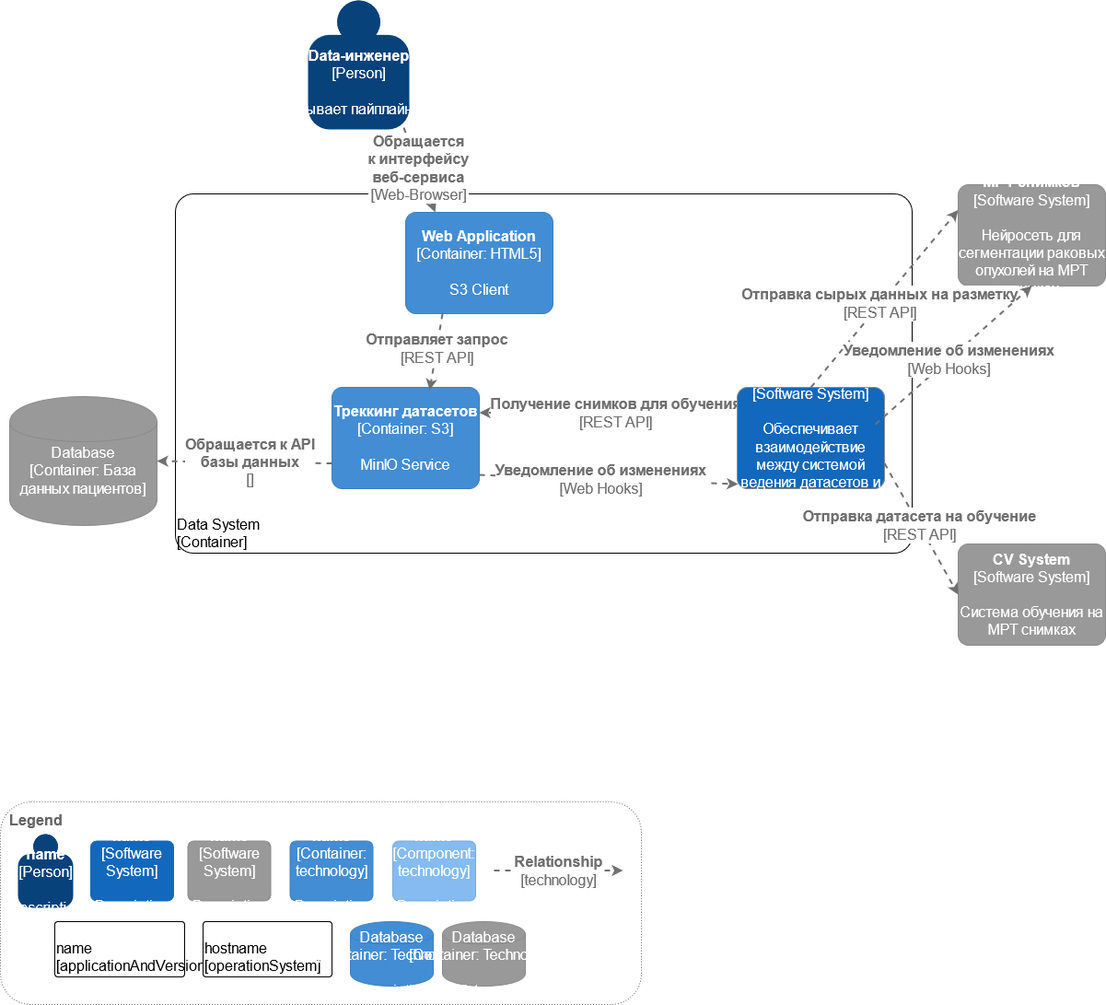
The draw.io diagram images/ai-screen-it-C4_Container_-_For_Presentation.drawio.png in frozenlightstudios/aiscreenit-docs, before a commit. Source tidied: cells renumbered, new cells last; positions are measured from the earlier drawing's top-left corner, leaving out a move shared by most shapes.
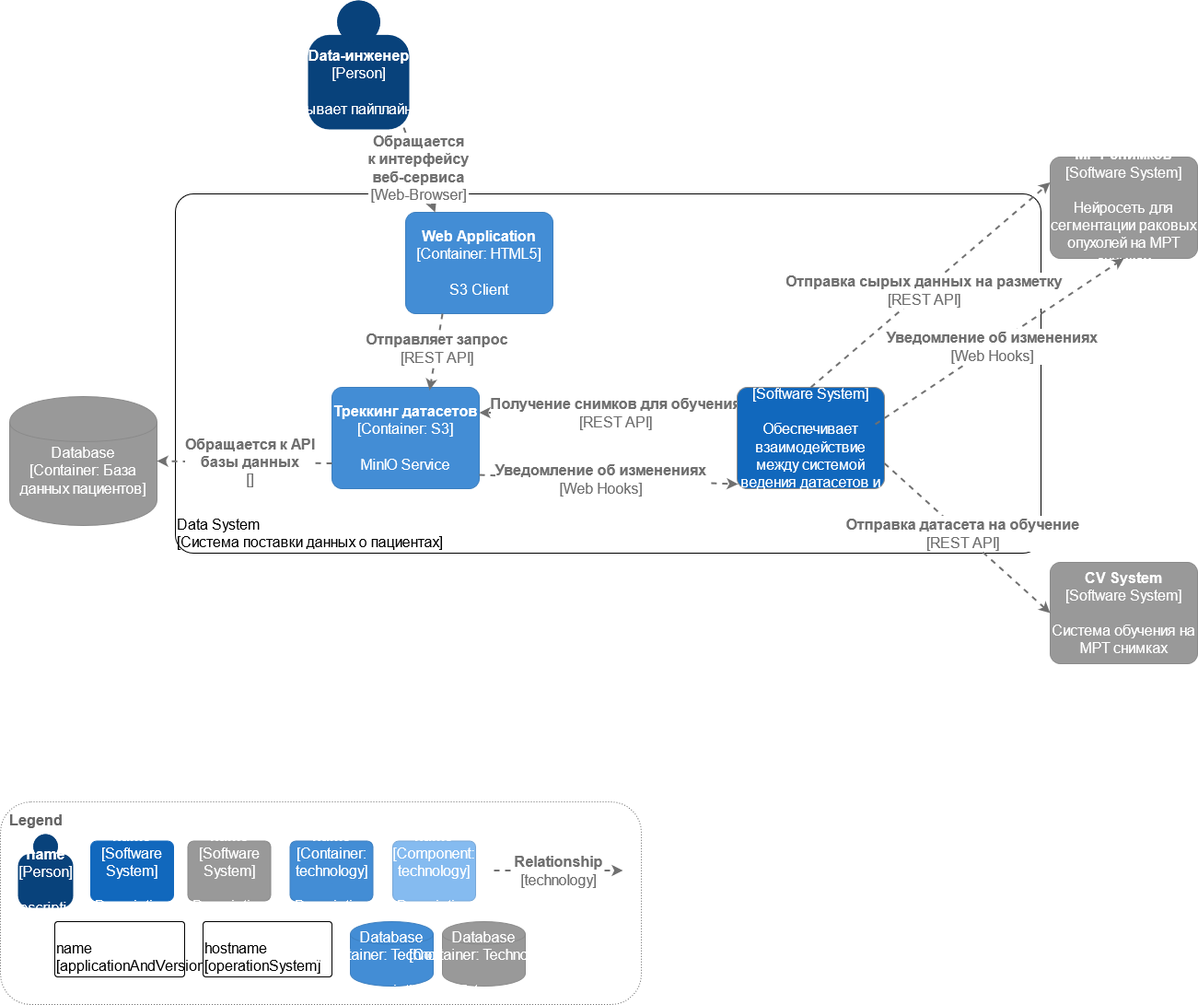
Later version of the same file.

What changed in the source:
```diff
@@ -2,9 +2,9 @@
   <root>
     <mxCell id="0" />
     <mxCell id="1" parent="0" />
-    <object id="2" label="&lt;div style=&quot;text-align: left&quot;&gt;%c4Name%&lt;/div&gt;&lt;div style=&quot;text-align: left&quot;&gt;[%c4Application%]&lt;/div&gt;" c4Application="Container" c4Name="Data System" c4Type="ExecutionEnvironment" placeholders="1">
+    <object id="2" label="&lt;div style=&quot;text-align: left&quot;&gt;%c4Name%&lt;/div&gt;&lt;div style=&quot;text-align: left&quot;&gt;[%c4Application%]&lt;/div&gt;" c4Application="Система поставки данных о пациентах" c4Name="Data System" c4Type="ExecutionEnvironment" placeholders="1">
       <mxCell style="rounded=1;whiteSpace=wrap;html=1;labelBackgroundColor=none;fillColor=#ffffff;fontColor=#000000;align=left;arcSize=5;strokeColor=#000000;verticalAlign=bottom;metaData={&quot;c4Type&quot;:{&quot;editable&quot;:false}};" parent="1" vertex="1">
-        <mxGeometry x="190" y="210" width="800" height="390" as="geometry" />
+        <mxGeometry x="190" y="210" width="940" height="390" as="geometry" />
       </mxCell>
     </object>
     <object id="3" label="&lt;div style=&quot;text-align: left&quot;&gt;&lt;div style=&quot;text-align: center&quot;&gt;&lt;b&gt;%c4Description%&lt;/b&gt;&lt;/div&gt;&lt;div style=&quot;text-align: center&quot;&gt;[%c4Technology%]&lt;/div&gt;&lt;/div&gt;" c4Description="Получение снимков для обучения" c4Technology="REST API" c4Type="Relationship" placeholders="1">
@@ -111,7 +111,7 @@
     </object>
     <object id="24" label="&lt;b&gt;%c4Name%&lt;/b&gt;&lt;div&gt;[%c4Type%]&lt;/div&gt;&lt;br&gt;&lt;div&gt;%c4Description%&lt;/div&gt;" c4Description="Нейросеть для &#10;сегментации раковых&#10;опухолей на МРТ снимках&#10;головного мозга" c4Name="Система анализа &#10;МРТ снимков" c4Type="Software System" placeholders="1">
       <mxCell style="rounded=1;whiteSpace=wrap;html=1;labelBackgroundColor=none;fillColor=#999999;fontColor=#ffffff;align=center;arcSize=10;strokeColor=#8A8A8A;metaData={&quot;c4Type&quot;:{&quot;editable&quot;:false}};points=[[0.25,0,0],[0.5,0,0],[0.75,0,0],[1,0.25,0],[1,0.5,0],[1,0.75,0],[0.75,1,0],[0.5,1,0],[0.25,1,0],[0,0.75,0],[0,0.5,0],[0,0.25,0]];" parent="1" vertex="1">
-        <mxGeometry x="1040" y="200" width="160" height="110" as="geometry" />
+        <mxGeometry x="1140" y="170" width="160" height="110" as="geometry" />
       </mxCell>
     </object>
     <object id="25" label="&lt;b&gt;%c4Name%&lt;/b&gt;&lt;div&gt;[%c4Type%]&lt;/div&gt;&lt;br&gt;&lt;div&gt;%c4Description%&lt;/div&gt;" c4Description="Обеспечивает взаимодействие между системой ведения датасетов и системой хранения МРТ снимков" c4Name="Интеграционный пайплайн" c4Type="Software System" placeholders="1">
@@ -131,7 +131,7 @@
     </object>
     <object id="28" label="&lt;b&gt;%c4Name%&lt;/b&gt;&lt;div&gt;[%c4Type%]&lt;/div&gt;&lt;br&gt;&lt;div&gt;%c4Description%&lt;/div&gt;" c4Description="Система обучения на МРТ снимках" c4Name="CV System" c4Type="Software System" placeholders="1">
       <mxCell style="rounded=1;whiteSpace=wrap;html=1;labelBackgroundColor=none;fillColor=#999999;fontColor=#ffffff;align=center;arcSize=10;strokeColor=#8A8A8A;metaData={&quot;c4Type&quot;:{&quot;editable&quot;:false}};points=[[0.25,0,0],[0.5,0,0],[0.75,0,0],[1,0.25,0],[1,0.5,0],[1,0.75,0],[0.75,1,0],[0.5,1,0],[0.25,1,0],[0,0.75,0],[0,0.5,0],[0,0.25,0]];" parent="1" vertex="1">
-        <mxGeometry x="1040" y="590" width="160" height="110" as="geometry" />
+        <mxGeometry x="1140" y="610" width="160" height="110" as="geometry" />
       </mxCell>
     </object>
     <object id="29" label="&lt;div style=&quot;text-align: left&quot;&gt;&lt;div style=&quot;text-align: center&quot;&gt;&lt;b&gt;%c4Description%&lt;/b&gt;&lt;/div&gt;&lt;div style=&quot;text-align: center&quot;&gt;[%c4Technology%]&lt;/div&gt;&lt;/div&gt;" c4Description="Отправка датасета на обучение" c4Technology="REST API" c4Type="Relationship" placeholders="1">
```
